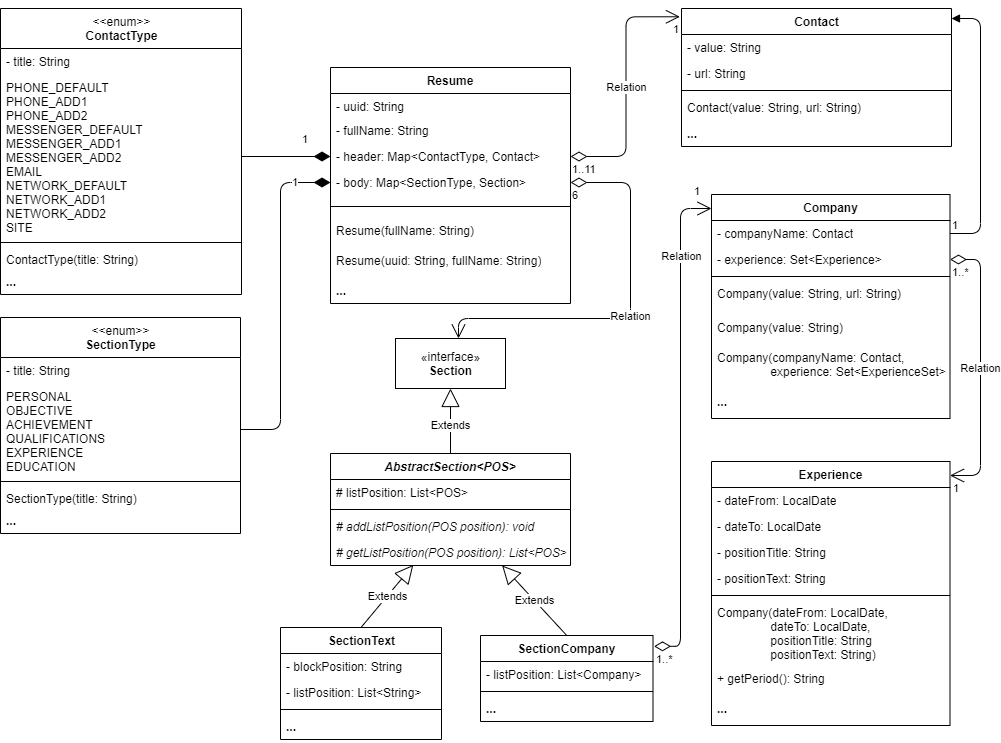
Random280921/basejava keeps this draw.io diagram as resource/ModelResume.png. Above is the earlier version. Source tidied: cells renumbered, new cells last; positions are measured from the earlier drawing's top-left corner, leaving out a move shared by most shapes.
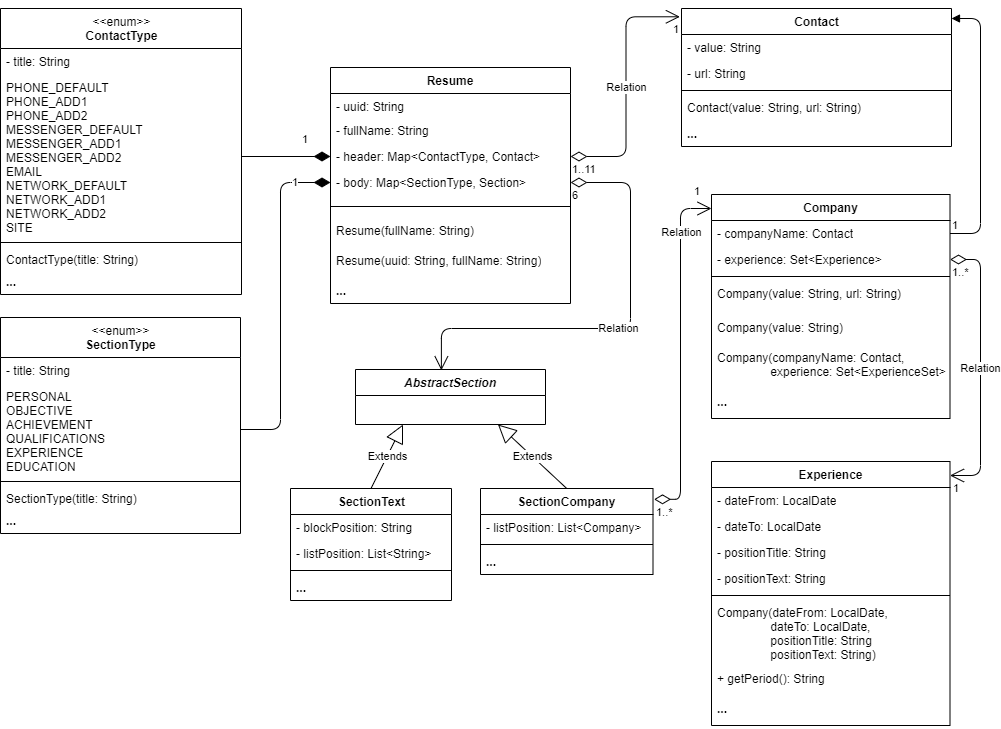
After the change.

What changed in the source:
```diff
@@ -85,12 +85,12 @@
     <mxCell id="27" value="1" style="endArrow=none;html=1;endSize=12;startArrow=diamondThin;startSize=14;startFill=1;edgeStyle=orthogonalEdgeStyle;align=left;verticalAlign=bottom;rounded=1;strokeColor=default;strokeWidth=1;exitX=0;exitY=0.5;exitDx=0;exitDy=0;entryX=1;entryY=0.5;entryDx=0;entryDy=0;endFill=0;" parent="1" edge="1" source="5" target="16">
       <mxGeometry x="-0.32" y="-8" relative="1" as="geometry" />
     </mxCell>
-    <mxCell id="28" value="Relation" style="endArrow=open;html=1;endSize=12;startArrow=diamondThin;startSize=14;startFill=0;edgeStyle=orthogonalEdgeStyle;rounded=1;strokeColor=default;strokeWidth=1;exitX=1;exitY=0.5;exitDx=0;exitDy=0;" parent="1" edge="1" source="6" target="73">
+    <mxCell id="28" value="Relation" style="endArrow=open;html=1;endSize=12;startArrow=diamondThin;startSize=14;startFill=0;edgeStyle=orthogonalEdgeStyle;rounded=1;strokeColor=default;strokeWidth=1;exitX=1;exitY=0.5;exitDx=0;exitDy=0;entryX=0.452;entryY=0.015;entryDx=0;entryDy=0;entryPerimeter=0;" parent="1" edge="1" source="6" target="74">
       <mxGeometry relative="1" as="geometry">
         <Array as="points">
           <mxPoint x="630" y="174" />
-          <mxPoint x="630" y="310" />
-          <mxPoint x="458" y="310" />
+          <mxPoint x="630" y="320" />
+          <mxPoint x="441" y="320" />
         </Array>
       </mxGeometry>
     </mxCell>
@@ -119,7 +119,7 @@
       <mxGeometry y="112" width="270" height="26" as="geometry" />
     </mxCell>
     <mxCell id="37" value="SectionText" style="swimlane;fontStyle=1;align=center;verticalAlign=top;horizontal=1;startSize=26;strokeColor=default;html=1;" parent="1" vertex="1">
-      <mxGeometry x="280" y="619" width="161" height="112" as="geometry" />
+      <mxGeometry x="290" y="480" width="161" height="112" as="geometry" />
     </mxCell>
     <mxCell id="38" value="- blockPosition: String" style="text;strokeColor=none;fillColor=none;align=left;verticalAlign=top;spacingLeft=4;spacingRight=4;overflow=hidden;html=1;" parent="37" vertex="1">
       <mxGeometry y="26" width="161" height="26" as="geometry" />
@@ -134,7 +134,7 @@
       <mxGeometry y="86" width="161" height="26" as="geometry" />
     </mxCell>
     <mxCell id="42" value="SectionCompany" style="swimlane;fontStyle=1;align=center;verticalAlign=top;horizontal=1;startSize=26;strokeColor=default;html=1;" parent="1" vertex="1">
-      <mxGeometry x="480" y="627" width="172.5" height="86" as="geometry" />
+      <mxGeometry x="480" y="480" width="172.5" height="86" as="geometry" />
     </mxCell>
     <mxCell id="43" value="- listPosition: List&amp;lt;Company&amp;gt;" style="text;strokeColor=none;fillColor=none;align=left;verticalAlign=top;spacingLeft=4;spacingRight=4;overflow=hidden;html=1;" parent="42" vertex="1">
       <mxGeometry y="26" width="172.5" height="26" as="geometry" />
@@ -183,7 +183,7 @@
     <mxCell id="56" value="Relation" style="endArrow=open;html=1;endSize=12;startArrow=diamondThin;startSize=14;startFill=0;edgeStyle=orthogonalEdgeStyle;rounded=1;strokeColor=default;strokeWidth=1;exitX=1.006;exitY=0.126;exitDx=0;exitDy=0;exitPerimeter=0;" parent="1" edge="1" source="42" target="46">
       <mxGeometry x="0.68" relative="1" as="geometry">
         <Array as="points">
-          <mxPoint x="680" y="638" />
+          <mxPoint x="680" y="491" />
           <mxPoint x="680" y="200" />
         </Array>
         <mxPoint x="1" as="offset" />
@@ -240,32 +240,14 @@
         <mxPoint x="9" as="offset" />
       </mxGeometry>
     </mxCell>
-    <mxCell id="71" value="Extends" style="endArrow=block;endSize=16;endFill=0;html=1;rounded=0;exitX=0.5;exitY=0;exitDx=0;exitDy=0;entryX=0.345;entryY=0.977;entryDx=0;entryDy=0;entryPerimeter=0;" parent="1" edge="1" source="37" target="78">
+    <mxCell id="71" value="Extends" style="endArrow=block;endSize=16;endFill=0;html=1;rounded=0;exitX=0.5;exitY=0;exitDx=0;exitDy=0;entryX=0.25;entryY=1;entryDx=0;entryDy=0;" parent="1" edge="1" source="37" target="74">
       <mxGeometry relative="1" as="geometry" />
     </mxCell>
-    <mxCell id="72" value="Extends" style="endArrow=block;endSize=16;endFill=0;html=1;rounded=0;exitX=0.5;exitY=0;exitDx=0;exitDy=0;" parent="1" edge="1" source="42" target="74">
+    <mxCell id="72" value="Extends" style="endArrow=block;endSize=16;endFill=0;html=1;rounded=0;exitX=0.5;exitY=0;exitDx=0;exitDy=0;entryX=0.75;entryY=1;entryDx=0;entryDy=0;" parent="1" edge="1" source="42" target="74">
       <mxGeometry relative="1" as="geometry" />
     </mxCell>
-    <mxCell id="73" value="«interface»&lt;br&gt;&lt;b&gt;Section&lt;/b&gt;" style="html=1;" parent="1" vertex="1">
-      <mxGeometry x="395" y="330" width="110" height="50" as="geometry" />
-    </mxCell>
-    <mxCell id="74" value="AbstractSection&lt;POS&gt;" style="swimlane;fontStyle=3;align=center;verticalAlign=top;horizontal=1;startSize=26;" parent="1" vertex="1">
-      <mxGeometry x="330" y="445" width="240" height="112" as="geometry" />
+    <mxCell id="74" value="AbstractSection" style="swimlane;fontStyle=3;align=center;verticalAlign=top;horizontal=1;startSize=26;" parent="1" vertex="1">
+      <mxGeometry x="355" y="361" width="190" height="55" as="geometry" />
     </mxCell>
-    <mxCell id="75" value="# listPosition: List&lt;POS&gt;" style="text;strokeColor=none;fillColor=none;align=left;verticalAlign=top;spacingLeft=4;spacingRight=4;overflow=hidden;" parent="74" vertex="1">
-      <mxGeometry y="26" width="240" height="26" as="geometry" />
-    </mxCell>
-    <mxCell id="76" style="line;strokeWidth=1;fillColor=none;align=left;verticalAlign=middle;spacingTop=-1;spacingLeft=3;spacingRight=3;labelPosition=right;" parent="74" vertex="1">
-      <mxGeometry y="52" width="240" height="8" as="geometry" />
-    </mxCell>
-    <mxCell id="77" value="# addListPosition(POS position): void" style="text;strokeColor=none;fillColor=none;align=left;verticalAlign=top;spacingLeft=4;spacingRight=4;overflow=hidden;fontStyle=2;" parent="74" vertex="1">
-      <mxGeometry y="60" width="240" height="26" as="geometry" />
-    </mxCell>
-    <mxCell id="78" value="# getListPosition(POS position): List&lt;POS&gt;" style="text;strokeColor=none;fillColor=none;align=left;verticalAlign=top;spacingLeft=4;spacingRight=4;overflow=hidden;points=[[0,0.5],[1,0.5]];portConstraint=eastwest;fontStyle=2;" parent="74" vertex="1">
-      <mxGeometry y="86" width="240" height="26" as="geometry" />
-    </mxCell>
-    <mxCell id="79" value="Extends" style="endArrow=block;endSize=16;endFill=0;html=1;rounded=0;exitX=0.5;exitY=0;exitDx=0;exitDy=0;" parent="1" edge="1" source="74" target="73">
-      <mxGeometry x="-0.13" relative="1" as="geometry" />
-    </mxCell>
   </root>
 </mxGraphModel>
```
